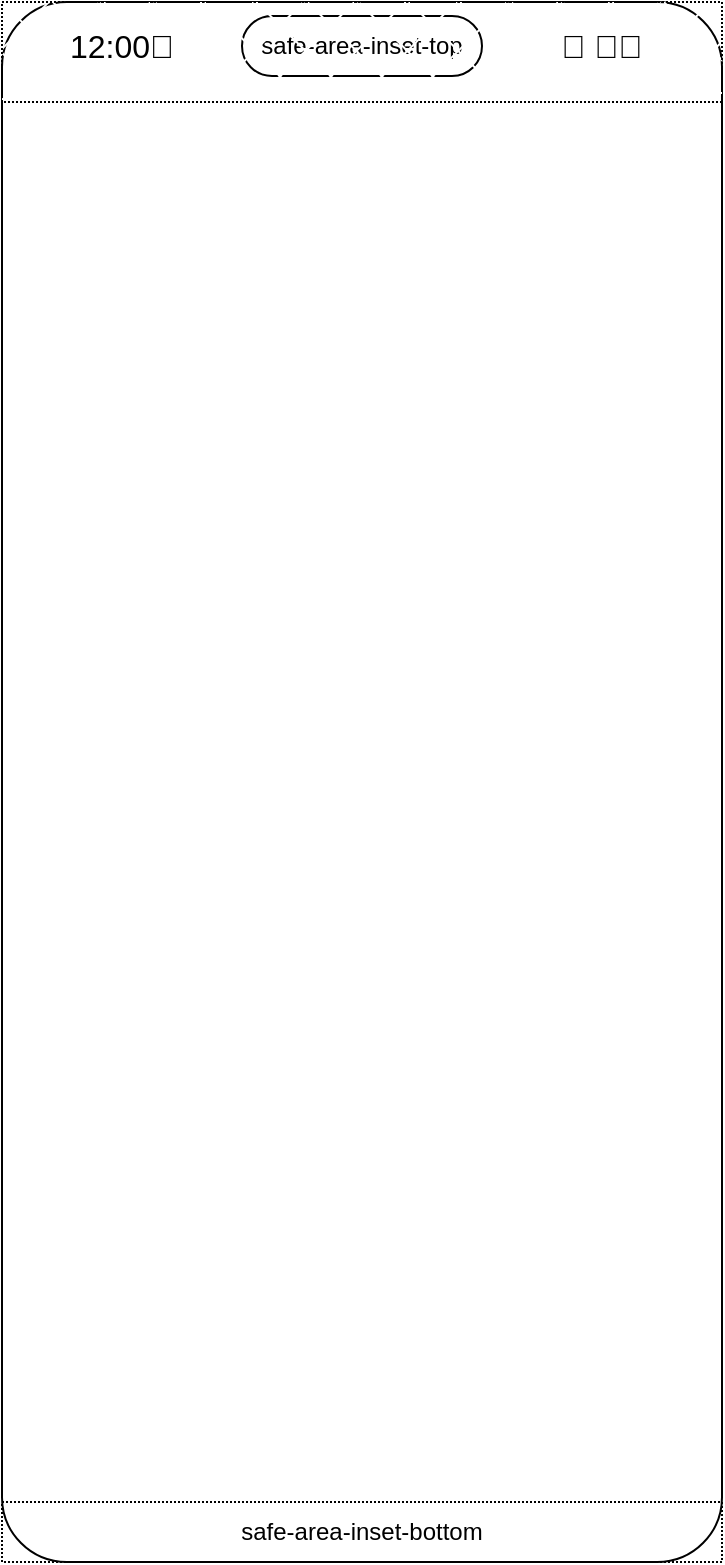
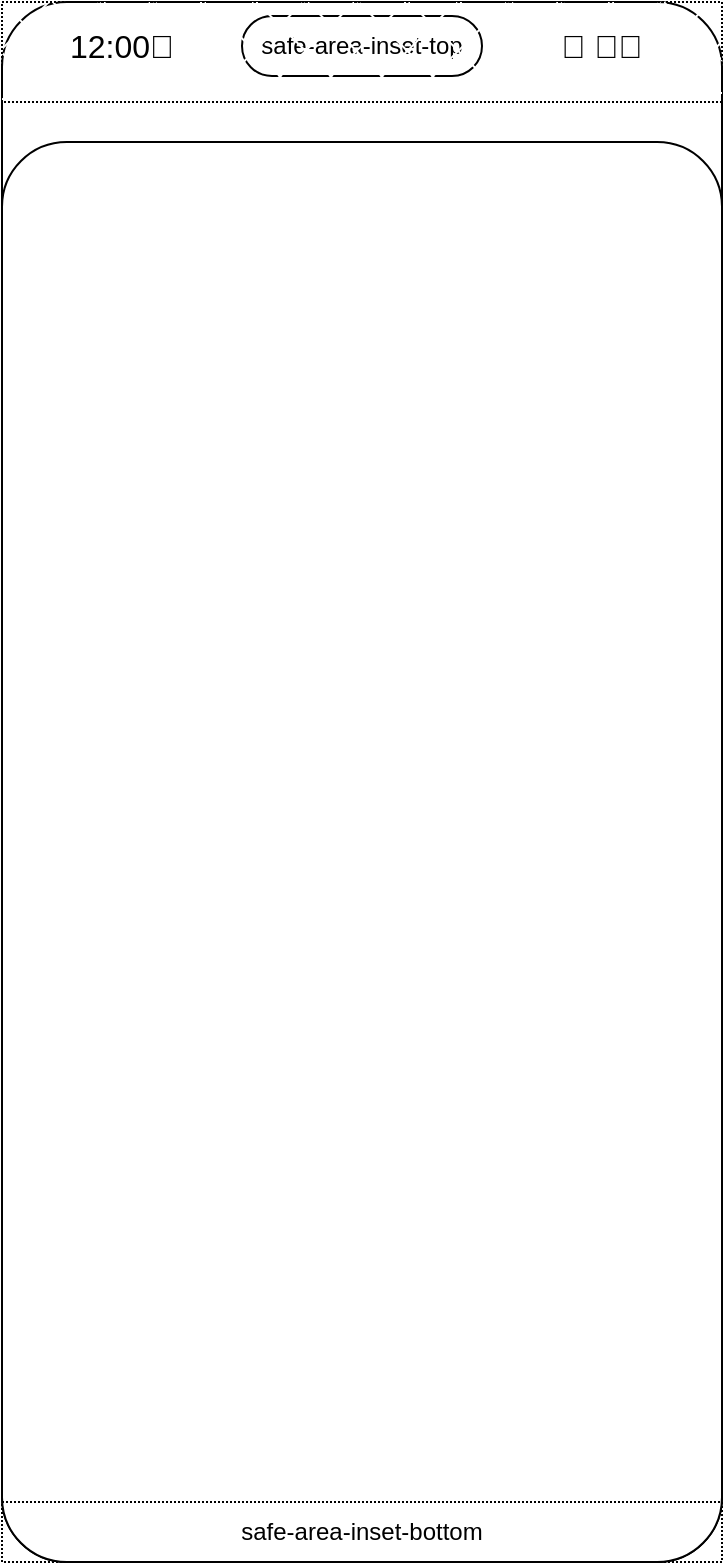
- <mxfile host="app.diagrams.net" pages="5">
-   <diagram name="G000-テンプレート" id="S722mUA1QwenAaxWcmtO">
-     <mxGraphModel dx="376" dy="553" grid="1" gridSize="10" guides="1" tooltips="1" connect="1" arrows="1" fold="1" page="1" pageScale="1" pageWidth="827" pageHeight="1169" math="0" shadow="0">
+ <mxfile host="app.diagrams.net">
+   <diagram name="M000-テンプレート" id="S722mUA1QwenAaxWcmtO">
+     <mxGraphModel dx="549" dy="808" grid="1" gridSize="10" guides="1" tooltips="1" connect="1" arrows="1" fold="1" page="1" pageScale="1" pageWidth="827" pageHeight="1169" math="0" shadow="0">
      <root>
        <mxCell id="0" />
        <mxCell id="1" parent="0" />
        <mxCell id="zQ7BFWEPkJkrmx3Nq8T0-1" parent="1" style="whiteSpace=wrap;html=1;rounded=1;arcSize=9;" value="" vertex="1">
          <mxGeometry height="780" width="360" as="geometry" />
        </mxCell>
        <mxCell id="588Fdgz_NcGzjMWDRItu-1" parent="1" style="rounded=1;whiteSpace=wrap;html=1;arcSize=50;fillColor=light-dark(#FFFFFF,#000000);" value="safe-area-inset-top" vertex="1">
          <mxGeometry height="30" width="120" x="120" y="7" as="geometry" />
        </mxCell>
        <mxCell id="aVIO_8MDiifiFSeVl00r-1" parent="1" style="whiteSpace=wrap;html=1;dashed=1;dashPattern=1 1;fillStyle=cross-hatch;" value="" vertex="1">
          <mxGeometry height="50" width="360" as="geometry" />
        </mxCell>
        <mxCell id="588Fdgz_NcGzjMWDRItu-3" parent="1" style="text;html=1;whiteSpace=wrap;strokeColor=none;fillColor=none;align=center;verticalAlign=middle;rounded=0;fontSize=16;" value="12:00🔔" vertex="1">
          <mxGeometry height="30" width="80" x="20" y="7" as="geometry" />
        </mxCell>
        <mxCell id="588Fdgz_NcGzjMWDRItu-4" parent="1" style="text;html=1;whiteSpace=wrap;strokeColor=none;fillColor=none;align=center;verticalAlign=middle;rounded=0;fontSize=16;" value="📶 🛜🔋" vertex="1">
          <mxGeometry height="30" width="80" x="260" y="7" as="geometry" />
        </mxCell>
+         <mxCell id="cX__EbUshDeffW59xmjt-2" parent="1" style="rounded=1;whiteSpace=wrap;html=1;arcSize=9;fillColor=light-dark(#FFFFFF,#060606);glass=0;" value="" vertex="1">
+           <mxGeometry height="710" width="360" y="70" as="geometry" />
+         </mxCell>
        <mxCell id="oBOyvNitzLyXobDxXJtm-1" parent="1" style="whiteSpace=wrap;html=1;dashed=1;dashPattern=1 1;rounded=0;fillColor=none;" value="safe-area-inset-bottom" vertex="1">
          <mxGeometry height="30" width="360" y="750" as="geometry" />
        </mxCell>
      </root>
    </mxGraphModel>
  </diagram>
- </mxfile>+ </mxfile>
